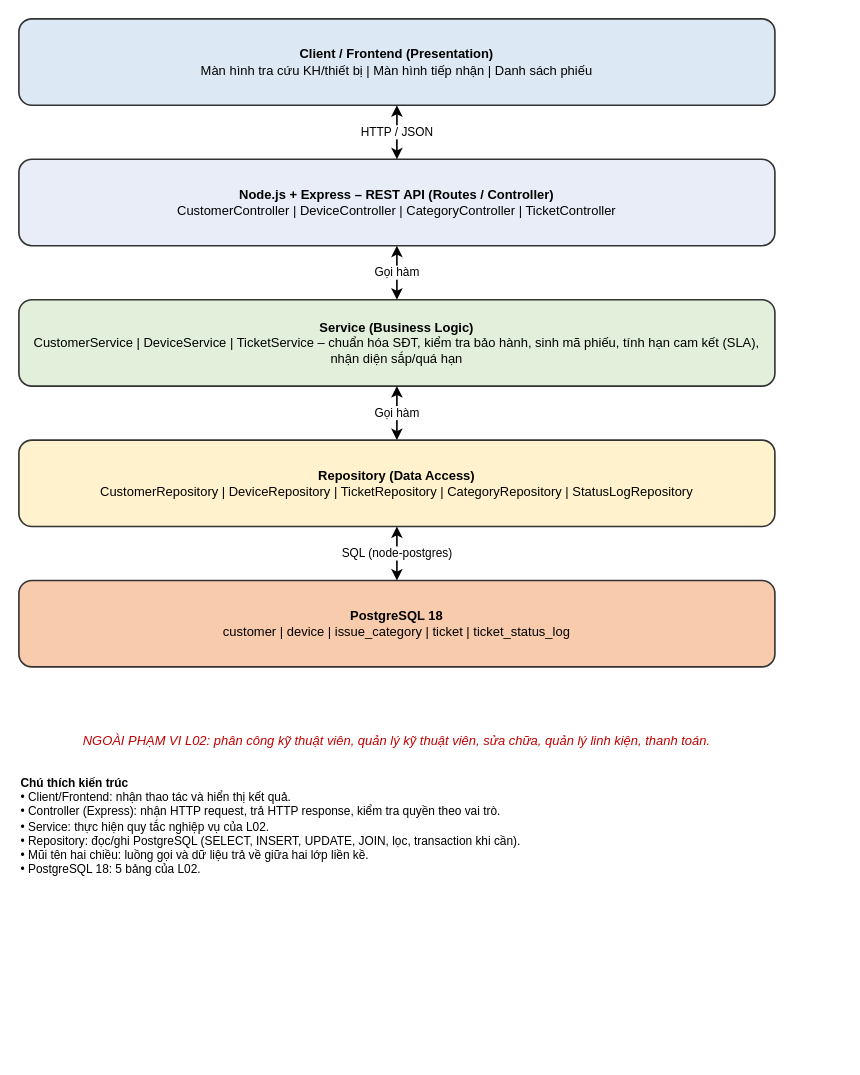
Earlier version of the draw.io diagram docs/architecture.drawio (HoangKhanggggg/smartcrm-2374802010207-warranty-claim-intake). Source tidied: cells renumbered, new cells numbered last; positions are measured from the earlier drawing's top-left corner, leaving out a move shared by most shapes. Both pictures are drawn from the tidied source at 108%, with x=0, y=0 at pixel (18, 18).
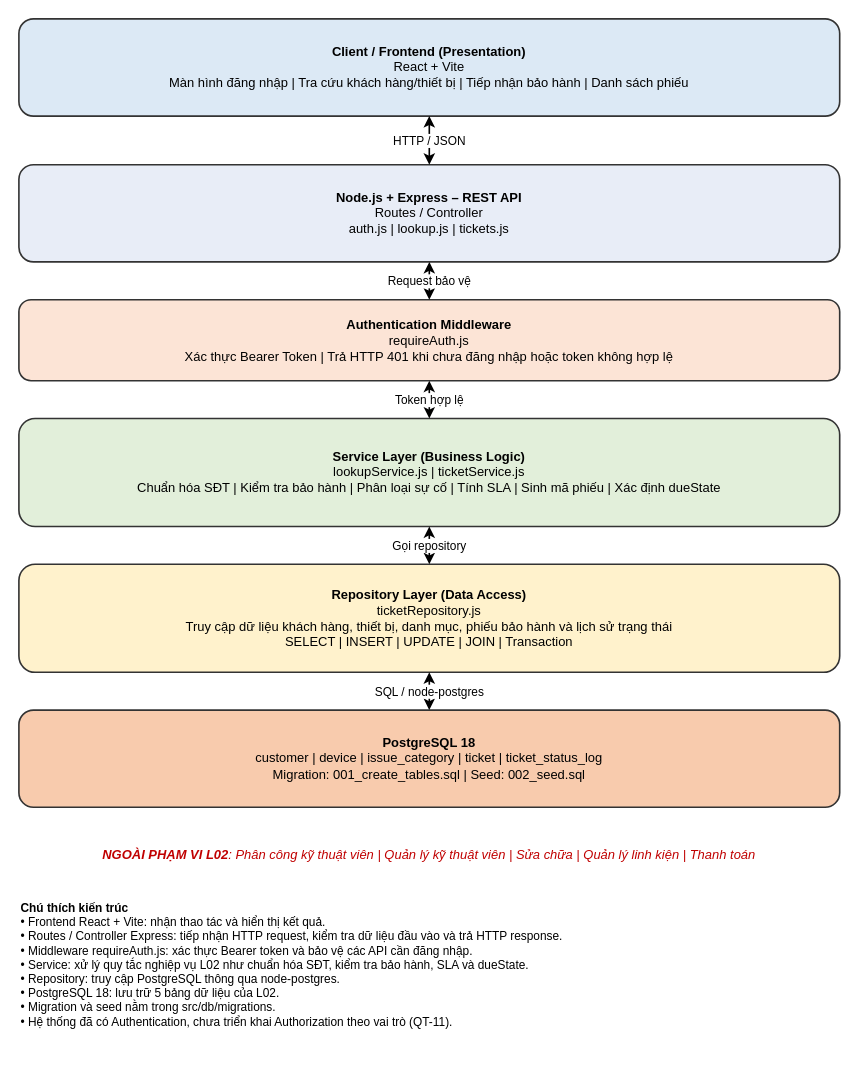
Above is the later version.

Commit message (it also covers changes not shown here):
docs: cập nhật sơ đồ kiến trúc và biên bản kiểm thử

The edit, as a diff of the source:
```diff
@@
 <mxGraphModel>
   <root>
     <mxCell id="0" />
     <mxCell id="1" parent="0" />
-    <mxCell id="2" value="&lt;b&gt;Client / Frontend (Presentation)&lt;/b&gt;&lt;br/&gt;Màn hình tra cứu KH/thiết bị | Màn hình tiếp nhận | Danh sách phiếu" style="rounded=1;whiteSpace=wrap;html=1;fillColor=#DCE9F5;strokeColor=#333333;strokeWidth=1.5;fontSize=12;" parent="1" vertex="1">
-      <mxGeometry width="700" height="80" as="geometry" />
+    <mxCell id="2" value="&lt;b&gt;Client / Frontend (Presentation)&lt;/b&gt;&lt;br/&gt;React + Vite&lt;br/&gt;Màn hình đăng nhập | Tra cứu khách hàng/thiết bị | Tiếp nhận bảo hành | Danh sách phiếu" style="rounded=1;whiteSpace=wrap;html=1;fillColor=#DCE9F5;strokeColor=#333333;strokeWidth=1.5;fontSize=12;" parent="1" vertex="1">
+      <mxGeometry width="760" height="90" as="geometry" />
     </mxCell>
-    <mxCell id="3" value="&lt;b&gt;Node.js + Express – REST API (Routes / Controller)&lt;/b&gt;&lt;br/&gt;CustomerController | DeviceController | CategoryController | TicketController" style="rounded=1;whiteSpace=wrap;html=1;fillColor=#E8EDF7;strokeColor=#333333;strokeWidth=1.5;fontSize=12;" parent="1" vertex="1">
-      <mxGeometry y="130" width="700" height="80" as="geometry" />
+    <mxCell id="3" value="&lt;b&gt;Node.js + Express – REST API&lt;/b&gt;&lt;br/&gt;Routes / Controller&lt;br/&gt;auth.js | lookup.js | tickets.js" style="rounded=1;whiteSpace=wrap;html=1;fillColor=#E8EDF7;strokeColor=#333333;strokeWidth=1.5;fontSize=12;" parent="1" vertex="1">
+      <mxGeometry y="135" width="760" height="90" as="geometry" />
     </mxCell>
+    <mxCell id="13" value="&lt;b&gt;Authentication Middleware&lt;/b&gt;&lt;br/&gt;requireAuth.js&lt;br/&gt;Xác thực Bearer Token | Trả HTTP 401 khi chưa đăng nhập hoặc token không hợp lệ" style="rounded=1;whiteSpace=wrap;html=1;fillColor=#FCE4D6;strokeColor=#333333;strokeWidth=1.5;fontSize=12;" parent="1" vertex="1">
+      <mxGeometry y="260" width="760" height="75" as="geometry" />
+    </mxCell>
-    <mxCell id="4" value="&lt;b&gt;Service (Business Logic)&lt;/b&gt;&lt;br/&gt;CustomerService | DeviceService | TicketService – chuẩn hóa SĐT, kiểm tra bảo hành, sinh mã phiếu, tính hạn cam kết (SLA), nhận diện sắp/quá hạn" style="rounded=1;whiteSpace=wrap;html=1;fillColor=#E2EFDA;strokeColor=#333333;strokeWidth=1.5;fontSize=12;" parent="1" vertex="1">
-      <mxGeometry y="260" width="700" height="80" as="geometry" />
+    <mxCell id="4" value="&lt;b&gt;Service Layer (Business Logic)&lt;/b&gt;&lt;br/&gt;lookupService.js | ticketService.js&lt;br/&gt;Chuẩn hóa SĐT | Kiểm tra bảo hành | Phân loại sự cố | Tính SLA | Sinh mã phiếu | Xác định dueState" style="rounded=1;whiteSpace=wrap;html=1;fillColor=#E2EFDA;strokeColor=#333333;strokeWidth=1.5;fontSize=12;" parent="1" vertex="1">
+      <mxGeometry y="370" width="760" height="100" as="geometry" />
     </mxCell>
-    <mxCell id="5" value="&lt;b&gt;Repository (Data Access)&lt;/b&gt;&lt;br/&gt;CustomerRepository | DeviceRepository | TicketRepository | CategoryRepository | StatusLogRepository" style="rounded=1;whiteSpace=wrap;html=1;fillColor=#FFF2CC;strokeColor=#333333;strokeWidth=1.5;fontSize=12;" parent="1" vertex="1">
-      <mxGeometry y="390" width="700" height="80" as="geometry" />
+    <mxCell id="5" value="&lt;b&gt;Repository Layer (Data Access)&lt;/b&gt;&lt;br/&gt;ticketRepository.js&lt;br/&gt;Truy cập dữ liệu khách hàng, thiết bị, danh mục, phiếu bảo hành và lịch sử trạng thái&lt;br/&gt;SELECT | INSERT | UPDATE | JOIN | Transaction" style="rounded=1;whiteSpace=wrap;html=1;fillColor=#FFF2CC;strokeColor=#333333;strokeWidth=1.5;fontSize=12;" parent="1" vertex="1">
+      <mxGeometry y="505" width="760" height="100" as="geometry" />
     </mxCell>
-    <mxCell id="6" value="&lt;b&gt;PostgreSQL 18&lt;/b&gt;&lt;br/&gt;customer | device | issue_category | ticket | ticket_status_log" style="rounded=1;whiteSpace=wrap;html=1;fillColor=#F8CBAD;strokeColor=#333333;strokeWidth=1.5;fontSize=12;" parent="1" vertex="1">
-      <mxGeometry y="520" width="700" height="80" as="geometry" />
+    <mxCell id="6" value="&lt;b&gt;PostgreSQL 18&lt;/b&gt;&lt;br/&gt;customer | device | issue_category | ticket | ticket_status_log&lt;br/&gt;Migration: 001_create_tables.sql | Seed: 002_seed.sql" style="rounded=1;whiteSpace=wrap;html=1;fillColor=#F8CBAD;strokeColor=#333333;strokeWidth=1.5;fontSize=12;" parent="1" vertex="1">
+      <mxGeometry y="640" width="760" height="90" as="geometry" />
     </mxCell>
     <mxCell id="7" value="HTTP / JSON" style="endArrow=classic;startArrow=classic;html=1;strokeWidth=1.5;labelBackgroundColor=#FFFFFF;fontSize=11;" parent="1" edge="1" source="2" target="3">
       <mxGeometry relative="1" as="geometry" />
     </mxCell>
-    <mxCell id="8" value="Gọi hàm" style="endArrow=classic;startArrow=classic;html=1;strokeWidth=1.5;labelBackgroundColor=#FFFFFF;fontSize=11;" parent="1" edge="1" source="3" target="4">
-      <mxGeometry relative="1" as="geometry" />
-    </mxCell>
+    <mxCell id="14" value="Request bảo vệ" style="endArrow=classic;startArrow=classic;html=1;strokeWidth=1.5;labelBackgroundColor=#FFFFFF;fontSize=11;" parent="1" edge="1" source="3" target="13">
+      <mxGeometry relative="1" as="geometry" />
+    </mxCell>
+    <mxCell id="15" value="Token hợp lệ" style="endArrow=classic;startArrow=classic;html=1;strokeWidth=1.5;labelBackgroundColor=#FFFFFF;fontSize=11;" parent="1" edge="1" source="13" target="4">
+      <mxGeometry relative="1" as="geometry" />
+    </mxCell>
-    <mxCell id="9" value="Gọi hàm" style="endArrow=classic;startArrow=classic;html=1;strokeWidth=1.5;labelBackgroundColor=#FFFFFF;fontSize=11;" parent="1" edge="1" source="4" target="5">
+    <mxCell id="9" value="Gọi repository" style="endArrow=classic;startArrow=classic;html=1;strokeWidth=1.5;labelBackgroundColor=#FFFFFF;fontSize=11;" parent="1" edge="1" source="4" target="5">
       <mxGeometry relative="1" as="geometry" />
     </mxCell>
-    <mxCell id="10" value="SQL (node-postgres)" style="endArrow=classic;startArrow=classic;html=1;strokeWidth=1.5;labelBackgroundColor=#FFFFFF;fontSize=11;" parent="1" edge="1" source="5" target="6">
+    <mxCell id="10" value="SQL / node-postgres" style="endArrow=classic;startArrow=classic;html=1;strokeWidth=1.5;labelBackgroundColor=#FFFFFF;fontSize=11;" parent="1" edge="1" source="5" target="6">
       <mxGeometry relative="1" as="geometry" />
     </mxCell>
-    <mxCell id="11" value="NGOÀI PHẠM VI L02: phân công kỹ thuật viên, quản lý kỹ thuật viên, sửa chữa, quản lý linh kiện, thanh toán." style="text;html=1;align=center;whiteSpace=wrap;fontStyle=2;fontColor=#C00000;fontSize=12;" parent="1" vertex="1">
-      <mxGeometry y="655" width="700" height="30" as="geometry" />
+    <mxCell id="11" value="&lt;b&gt;NGOÀI PHẠM VI L02&lt;/b&gt;: Phân công kỹ thuật viên | Quản lý kỹ thuật viên | Sửa chữa | Quản lý linh kiện | Thanh toán" style="text;html=1;align=center;whiteSpace=wrap;fontStyle=2;fontColor=#C00000;fontSize=12;" parent="1" vertex="1">
+      <mxGeometry y="760" width="760" height="35" as="geometry" />
     </mxCell>
-    <mxCell id="12" value="&lt;b&gt;Chú thích kiến trúc&lt;/b&gt;&lt;br/&gt;• Client/Frontend: nhận thao tác và hiển thị kết quả.&lt;br/&gt;• Controller (Express): nhận HTTP request, trả HTTP response, kiểm tra quyền theo vai trò.&lt;br/&gt;• Service: thực hiện quy tắc nghiệp vụ của L02.&lt;br/&gt;• Repository: đọc/ghi PostgreSQL (SELECT, INSERT, UPDATE, JOIN, lọc, transaction khi cần).&lt;br/&gt;• Mũi tên hai chiều: luồng gọi và dữ liệu trả về giữa hai lớp liền kề.&lt;br/&gt;• PostgreSQL 18: 5 bảng của L02." style="text;html=1;align=left;verticalAlign=top;whiteSpace=wrap;fontSize=11;" parent="1" vertex="1">
-      <mxGeometry y="695" width="700" height="130" as="geometry" />
+    <mxCell id="12" value="&lt;b&gt;Chú thích kiến trúc&lt;/b&gt;&lt;br/&gt;• Frontend React + Vite: nhận thao tác và hiển thị kết quả.&lt;br/&gt;• Routes / Controller Express: tiếp nhận HTTP request, kiểm tra dữ liệu đầu vào và trả HTTP response.&lt;br/&gt;• Middleware requireAuth.js: xác thực Bearer token và bảo vệ các API cần đăng nhập.&lt;br/&gt;• Service: xử lý quy tắc nghiệp vụ L02 như chuẩn hóa SĐT, kiểm tra bảo hành, SLA và dueState.&lt;br/&gt;• Repository: truy cập PostgreSQL thông qua node-postgres.&lt;br/&gt;• PostgreSQL 18: lưu trữ 5 bảng dữ liệu của L02.&lt;br/&gt;• Migration và seed nằm trong src/db/migrations.&lt;br/&gt;• Hệ thống đã có Authentication, chưa triển khai Authorization theo vai trò (QT-11)." style="text;html=1;align=left;verticalAlign=top;whiteSpace=wrap;fontSize=11;" parent="1" vertex="1">
+      <mxGeometry y="810" width="760" height="150" as="geometry" />
     </mxCell>
   </root>
 </mxGraphModel>
```
